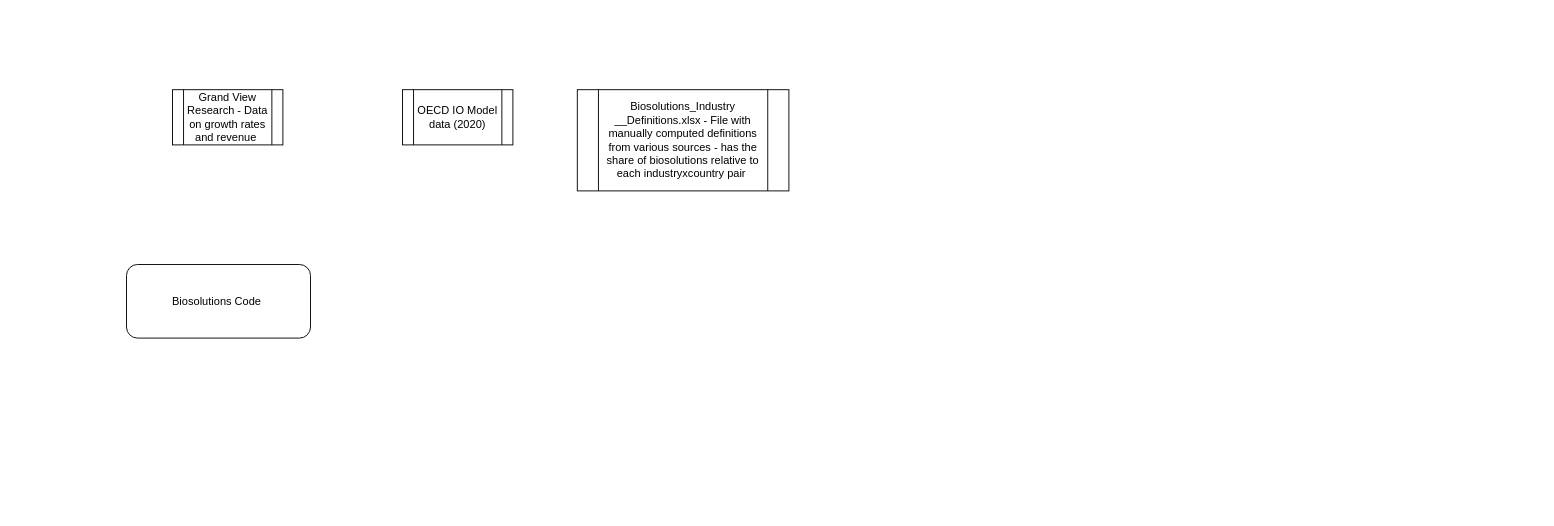
Before: Biosolutions Code Overview.drawio in anda-codreanu1/Test-R-code, a draw.io diagram. Source tidied: cells renumbered, new cells numbered last; positions are measured from the earlier drawing's top-left corner, leaving out a move shared by most shapes. Both pictures are drawn from the tidied source at 92%, with x=0, y=0 at pixel (126, 89). Pictures stored in the file or linked from it are replaced by grey dashed boxes.
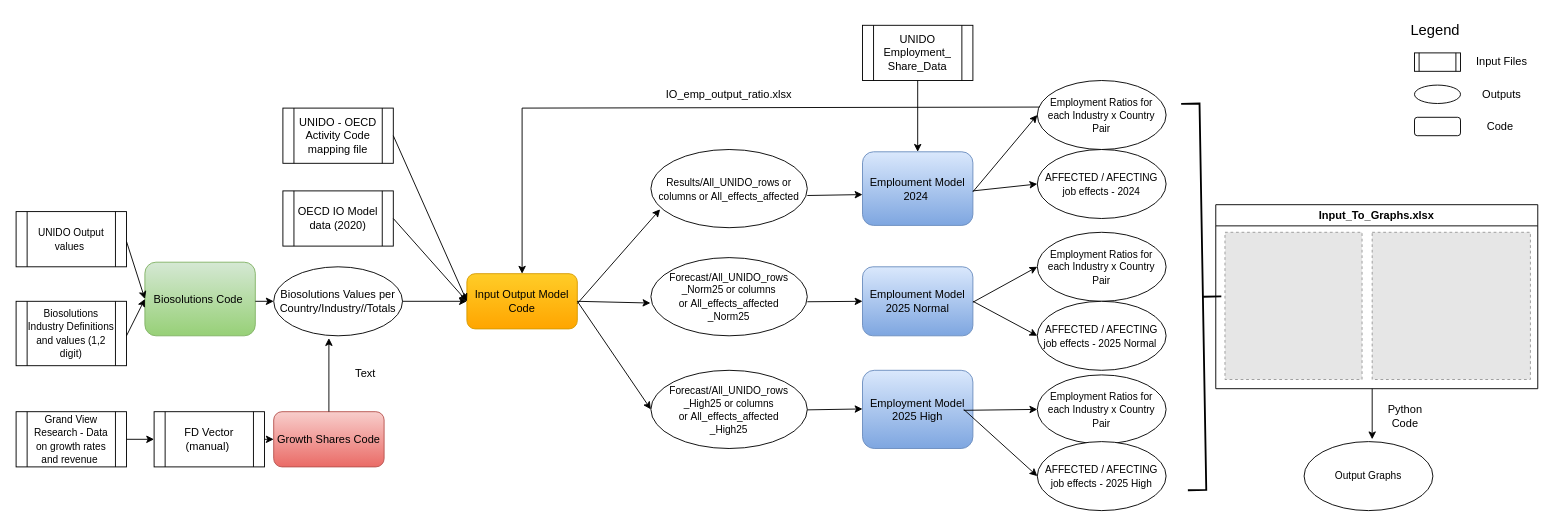
The same page after the edit.

Change to the diagram source:
```diff
@@
-    <mxCell id="2" value="Biosolutions Code&amp;nbsp;" style="rounded=1;whiteSpace=wrap;html=1;" parent="1" vertex="1">
-      <mxGeometry y="190" width="200" height="80" as="geometry" />
+    <mxCell id="2" value="Biosolutions Code&amp;nbsp;" style="rounded=1;whiteSpace=wrap;html=1;fillColor=#d5e8d4;strokeColor=#82b366;gradientColor=#97d077;" parent="1" vertex="1">
+      <mxGeometry x="20" y="187.5" width="120" height="80" as="geometry" />
     </mxCell>
-    <mxCell id="3" value="Grand View Research - Data on growth rates and revenue&amp;nbsp;" style="shape=process;whiteSpace=wrap;html=1;backgroundOutline=1;" parent="1" vertex="1">
-      <mxGeometry x="50" width="120" height="60" as="geometry" />
+    <mxCell id="3" value="&lt;font style=&quot;font-size: 11px;&quot;&gt;Grand View Research - Data on growth rates and revenue&amp;nbsp;&lt;/font&gt;" style="shape=process;whiteSpace=wrap;html=1;backgroundOutline=1;" parent="1" vertex="1">
+      <mxGeometry x="-120" y="350" width="120" height="60" as="geometry" />
     </mxCell>
     <mxCell id="4" value="OECD IO Model data (2020)" style="shape=process;whiteSpace=wrap;html=1;backgroundOutline=1;" parent="1" vertex="1">
-      <mxGeometry x="300" width="120" height="60" as="geometry" />
+      <mxGeometry x="170" y="110" width="120" height="60" as="geometry" />
     </mxCell>
-    <mxCell id="5" value="Biosolutions_Industry&lt;div&gt;__Definitions.xlsx - File with manually computed definitions from various sources - has the share of biosolutions relative to each industryxcountry pair&amp;nbsp;&lt;/div&gt;" style="shape=process;whiteSpace=wrap;html=1;backgroundOutline=1;" parent="1" vertex="1">
-      <mxGeometry x="490" width="230" height="110" as="geometry" />
+    <mxCell id="5" value="&lt;font style=&quot;font-size: 11px;&quot;&gt;Biosolutions Industry Definitions and values (1,2 digit)&lt;/font&gt;" style="shape=process;whiteSpace=wrap;html=1;backgroundOutline=1;" parent="1" vertex="1">
+      <mxGeometry x="-120" y="230" width="120" height="70" as="geometry" />
     </mxCell>
+    <mxCell id="6" value="Biosolutions Values per Country/Industry//Totals" style="ellipse;whiteSpace=wrap;html=1;" parent="1" vertex="1">
+      <mxGeometry x="160" y="192.5" width="140" height="75" as="geometry" />
+    </mxCell>
+    <mxCell id="7" style="endArrow=classic;html=1;rounded=0;" parent="1" edge="1">
+      <mxGeometry relative="1" as="geometry">
+        <mxPoint x="140" y="230" as="sourcePoint" />
+        <mxPoint x="160" y="230" as="targetPoint" />
+      </mxGeometry>
+    </mxCell>
+    <mxCell id="8" value="&lt;font style=&quot;font-size: 11px;&quot;&gt;UNIDO Output values&amp;nbsp;&lt;/font&gt;" style="shape=process;whiteSpace=wrap;html=1;backgroundOutline=1;" parent="1" vertex="1">
+      <mxGeometry x="-120" y="132.5" width="120" height="60" as="geometry" />
+    </mxCell>
+    <mxCell id="9" value="FD Vector (manual)&lt;span style=&quot;background-color: transparent; color: light-dark(rgb(0, 0, 0), rgb(255, 255, 255));&quot;&gt;&amp;nbsp;&lt;/span&gt;" style="shape=process;whiteSpace=wrap;html=1;backgroundOutline=1;" parent="1" vertex="1">
+      <mxGeometry x="30" y="350" width="120" height="60" as="geometry" />
+    </mxCell>
+    <mxCell id="10" style="endArrow=classic;html=1;rounded=0;entryX=0;entryY=0.5;entryDx=0;entryDy=0;exitX=1;exitY=0.5;exitDx=0;exitDy=0;" parent="1" edge="1" source="3" target="9">
+      <mxGeometry relative="1" as="geometry" />
+    </mxCell>
+    <mxCell id="11" value="Growth Shares Code" style="rounded=1;whiteSpace=wrap;html=1;fillColor=#f8cecc;strokeColor=#b85450;gradientColor=#ea6b66;" parent="1" vertex="1">
+      <mxGeometry x="160" y="350" width="120" height="60" as="geometry" />
+    </mxCell>
+    <mxCell id="12" style="endArrow=classic;html=1;rounded=0;entryX=0;entryY=0.5;entryDx=0;entryDy=0;" parent="1" edge="1" target="11">
+      <mxGeometry relative="1" as="geometry">
+        <mxPoint x="150" y="380" as="sourcePoint" />
+      </mxGeometry>
+    </mxCell>
+    <mxCell id="13" value="Input Output Model Code" style="rounded=1;whiteSpace=wrap;html=1;fillColor=#ffcd28;strokeColor=#d79b00;gradientColor=#ffa500;" parent="1" vertex="1">
+      <mxGeometry x="370" y="200" width="120" height="60" as="geometry" />
+    </mxCell>
+    <mxCell id="14" style="endArrow=classic;html=1;rounded=0;entryX=0;entryY=0.5;entryDx=0;entryDy=0;" parent="1" edge="1" target="13">
+      <mxGeometry relative="1" as="geometry">
+        <mxPoint x="300" y="230" as="sourcePoint" />
+      </mxGeometry>
+    </mxCell>
+    <mxCell id="15" style="endArrow=classic;html=1;rounded=0;" parent="1" edge="1">
+      <mxGeometry relative="1" as="geometry">
+        <mxPoint x="290" y="140" as="sourcePoint" />
+        <mxPoint x="370" y="230" as="targetPoint" />
+      </mxGeometry>
+    </mxCell>
+    <mxCell id="16" value="UNIDO - OECD Activity Code mapping file" style="shape=process;whiteSpace=wrap;html=1;backgroundOutline=1;" parent="1" vertex="1">
+      <mxGeometry x="170" y="20" width="120" height="60" as="geometry" />
+    </mxCell>
+    <mxCell id="17" style="endArrow=classic;html=1;rounded=0;entryX=0;entryY=0.5;entryDx=0;entryDy=0;" parent="1" edge="1" target="13">
+      <mxGeometry relative="1" as="geometry">
+        <mxPoint x="290" y="50" as="sourcePoint" />
+      </mxGeometry>
+    </mxCell>
+    <mxCell id="18" value="&lt;font style=&quot;font-size: 11px;&quot;&gt;Results/All_UNIDO_rows or columns or&amp;nbsp;All_effects_affected&lt;/font&gt;" style="ellipse;whiteSpace=wrap;html=1;" parent="1" vertex="1">
+      <mxGeometry x="570" y="65" width="170" height="85" as="geometry" />
+    </mxCell>
+    <mxCell id="19" value="&lt;font style=&quot;font-size: 11px;&quot;&gt;Forecast/All_UNIDO_rows&lt;/font&gt;&lt;div&gt;&lt;font style=&quot;font-size: 11px;&quot;&gt;_Norm25 or columns or&amp;nbsp;All_effects_affected&lt;/font&gt;&lt;/div&gt;&lt;div&gt;&lt;font style=&quot;font-size: 11px;&quot;&gt;_Norm25&lt;/font&gt;&lt;/div&gt;" style="ellipse;whiteSpace=wrap;html=1;" parent="1" vertex="1">
+      <mxGeometry x="570" y="182.5" width="170" height="85" as="geometry" />
+    </mxCell>
+    <mxCell id="20" value="&lt;font style=&quot;font-size: 11px;&quot;&gt;Forecast/All_UNIDO_rows&lt;/font&gt;&lt;div&gt;&lt;font style=&quot;font-size: 11px;&quot;&gt;_High25 or columns or&amp;nbsp;All_effects_affected&lt;/font&gt;&lt;/div&gt;&lt;div&gt;&lt;font style=&quot;font-size: 11px;&quot;&gt;_High&lt;span style=&quot;background-color: transparent; color: light-dark(rgb(0, 0, 0), rgb(255, 255, 255));&quot;&gt;25&lt;/span&gt;&lt;/font&gt;&lt;/div&gt;" style="ellipse;whiteSpace=wrap;html=1;" parent="1" vertex="1">
+      <mxGeometry x="570" y="305" width="170" height="85" as="geometry" />
+    </mxCell>
+    <mxCell id="21" style="endArrow=classic;html=1;rounded=0;entryX=0.059;entryY=0.765;entryDx=0;entryDy=0;entryPerimeter=0;" parent="1" edge="1" target="18">
+      <mxGeometry relative="1" as="geometry">
+        <mxPoint x="490" y="232.5" as="sourcePoint" />
+      </mxGeometry>
+    </mxCell>
+    <mxCell id="22" style="endArrow=classic;html=1;rounded=0;entryX=-0.003;entryY=0.581;entryDx=0;entryDy=0;entryPerimeter=0;" parent="1" edge="1" target="19">
+      <mxGeometry relative="1" as="geometry">
+        <mxPoint x="490" y="230" as="sourcePoint" />
+      </mxGeometry>
+    </mxCell>
+    <mxCell id="23" style="endArrow=classic;html=1;rounded=0;entryX=0;entryY=0.5;entryDx=0;entryDy=0;" parent="1" edge="1" target="20">
+      <mxGeometry relative="1" as="geometry">
+        <mxPoint x="490" y="230" as="sourcePoint" />
+      </mxGeometry>
+    </mxCell>
+    <mxCell id="24" value="&lt;font style=&quot;font-size: 16px; color: light-dark(rgb(0, 0, 0), rgb(255, 128, 0));&quot;&gt;Legend&amp;nbsp;&lt;/font&gt;" style="text;html=1;align=center;verticalAlign=middle;whiteSpace=wrap;rounded=0;" parent="1" vertex="1">
+      <mxGeometry x="1395" y="-80" width="60" height="30" as="geometry" />
+    </mxCell>
+    <mxCell id="25" style="shape=process;whiteSpace=wrap;html=1;backgroundOutline=1;" parent="1" vertex="1">
+      <mxGeometry x="1400" y="-40" width="50" height="20" as="geometry" />
+    </mxCell>
+    <mxCell id="26" value="Input Files" style="text;html=1;align=center;verticalAlign=middle;whiteSpace=wrap;rounded=0;" parent="1" vertex="1">
+      <mxGeometry x="1465" y="-45" width="60" height="30" as="geometry" />
+    </mxCell>
+    <mxCell id="27" style="ellipse;whiteSpace=wrap;html=1;" parent="1" vertex="1">
+      <mxGeometry x="1400" y="-5" width="50" height="20" as="geometry" />
+    </mxCell>
+    <mxCell id="28" value="Outputs" style="text;html=1;align=center;verticalAlign=middle;whiteSpace=wrap;rounded=0;" parent="1" vertex="1">
+      <mxGeometry x="1465" y="-10" width="60" height="30" as="geometry" />
+    </mxCell>
+    <mxCell id="29" style="rounded=1;whiteSpace=wrap;html=1;" parent="1" vertex="1">
+      <mxGeometry x="1400" y="30" width="50" height="20" as="geometry" />
+    </mxCell>
+    <mxCell id="30" value="Code&amp;nbsp;" style="text;html=1;align=center;verticalAlign=middle;whiteSpace=wrap;rounded=0;" parent="1" vertex="1">
+      <mxGeometry x="1465" y="25" width="60" height="30" as="geometry" />
+    </mxCell>
+    <mxCell id="31" value="Emploument Model 2024&amp;nbsp;" style="rounded=1;whiteSpace=wrap;html=1;fillColor=#dae8fc;gradientColor=#7ea6e0;strokeColor=#6c8ebf;" parent="1" vertex="1">
+      <mxGeometry x="800" y="67.5" width="120" height="80" as="geometry" />
+    </mxCell>
+    <mxCell id="32" value="Emploument Model 2025 Normal" style="rounded=1;whiteSpace=wrap;html=1;fillColor=#dae8fc;gradientColor=#7ea6e0;strokeColor=#6c8ebf;" parent="1" vertex="1">
+      <mxGeometry x="800" y="192.5" width="120" height="75" as="geometry" />
+    </mxCell>
+    <mxCell id="33" value="Employment Model 2025 High" style="rounded=1;whiteSpace=wrap;html=1;fillColor=#dae8fc;gradientColor=#7ea6e0;strokeColor=#6c8ebf;" parent="1" vertex="1">
+      <mxGeometry x="800" y="305" width="120" height="85" as="geometry" />
+    </mxCell>
+    <mxCell id="34" style="endArrow=classic;html=1;rounded=0;" parent="1" edge="1">
+      <mxGeometry relative="1" as="geometry">
+        <mxPoint x="740" y="115" as="sourcePoint" />
+        <mxPoint x="800" y="114" as="targetPoint" />
+      </mxGeometry>
+    </mxCell>
+    <mxCell id="35" style="endArrow=classic;html=1;rounded=0;" parent="1" edge="1">
+      <mxGeometry relative="1" as="geometry">
+        <mxPoint x="740" y="230.5" as="sourcePoint" />
+        <mxPoint x="800" y="230" as="targetPoint" />
+      </mxGeometry>
+    </mxCell>
+    <mxCell id="36" style="endArrow=classic;html=1;rounded=0;" parent="1" edge="1">
+      <mxGeometry relative="1" as="geometry">
+        <mxPoint x="740" y="348" as="sourcePoint" />
+        <mxPoint x="800" y="347" as="targetPoint" />
+      </mxGeometry>
+    </mxCell>
+    <mxCell id="37" value="&lt;font style=&quot;font-size: 11px;&quot;&gt;Employment Ratios for each Industry x Country Pair&lt;/font&gt;" style="ellipse;whiteSpace=wrap;html=1;" parent="1" vertex="1">
+      <mxGeometry x="990" y="-10" width="140" height="75" as="geometry" />
+    </mxCell>
+    <mxCell id="38" style="endArrow=classic;html=1;rounded=0;entryX=0;entryY=0.5;entryDx=0;entryDy=0;" parent="1" edge="1" target="37">
+      <mxGeometry relative="1" as="geometry">
+        <mxPoint x="920" y="111" as="sourcePoint" />
+      </mxGeometry>
+    </mxCell>
+    <mxCell id="39" value="&lt;font style=&quot;font-size: 11px;&quot;&gt;AFFECTED / AFECTING job effects - 2024&lt;/font&gt;" style="ellipse;whiteSpace=wrap;html=1;" parent="1" vertex="1">
+      <mxGeometry x="990" y="65" width="140" height="75" as="geometry" />
+    </mxCell>
+    <mxCell id="40" style="endArrow=classic;html=1;rounded=0;entryX=0;entryY=0.5;entryDx=0;entryDy=0;" parent="1" edge="1" target="39">
+      <mxGeometry relative="1" as="geometry">
+        <mxPoint x="920" y="110" as="sourcePoint" />
+      </mxGeometry>
+    </mxCell>
+    <mxCell id="41" value="&lt;font style=&quot;font-size: 11px;&quot;&gt;Employment Ratios for each Industry x Country Pair&lt;/font&gt;" style="ellipse;whiteSpace=wrap;html=1;" parent="1" vertex="1">
+      <mxGeometry x="990" y="155" width="140" height="75" as="geometry" />
+    </mxCell>
+    <mxCell id="42" style="endArrow=classic;html=1;rounded=0;entryX=0;entryY=0.5;entryDx=0;entryDy=0;" parent="1" edge="1" target="41">
+      <mxGeometry relative="1" as="geometry">
+        <mxPoint x="920" y="231" as="sourcePoint" />
+      </mxGeometry>
+    </mxCell>
+    <mxCell id="43" value="&lt;font style=&quot;font-size: 11px;&quot;&gt;AFFECTED / AFECTING job effects - 2025 Normal&amp;nbsp;&lt;/font&gt;" style="ellipse;whiteSpace=wrap;html=1;" parent="1" vertex="1">
+      <mxGeometry x="990" y="230" width="140" height="75" as="geometry" />
+    </mxCell>
+    <mxCell id="44" style="endArrow=classic;html=1;rounded=0;entryX=0;entryY=0.5;entryDx=0;entryDy=0;" parent="1" edge="1" target="43">
+      <mxGeometry relative="1" as="geometry">
+        <mxPoint x="920" y="230" as="sourcePoint" />
+      </mxGeometry>
+    </mxCell>
+    <mxCell id="45" value="&lt;font style=&quot;font-size: 11px;&quot;&gt;Employment Ratios for each Industry x Country Pair&lt;/font&gt;" style="ellipse;whiteSpace=wrap;html=1;" parent="1" vertex="1">
+      <mxGeometry x="990" y="310" width="140" height="75" as="geometry" />
+    </mxCell>
+    <mxCell id="46" style="endArrow=classic;html=1;rounded=0;entryX=0;entryY=0.5;entryDx=0;entryDy=0;" parent="1" edge="1" target="45">
+      <mxGeometry relative="1" as="geometry">
+        <mxPoint x="910" y="348.5" as="sourcePoint" />
+      </mxGeometry>
+    </mxCell>
+    <mxCell id="47" value="&lt;font style=&quot;font-size: 11px;&quot;&gt;AFFECTED / AFECTING job effects - 2025 High&lt;/font&gt;" style="ellipse;whiteSpace=wrap;html=1;" parent="1" vertex="1">
+      <mxGeometry x="990" y="382.5" width="140" height="75" as="geometry" />
+    </mxCell>
+    <mxCell id="48" style="endArrow=classic;html=1;rounded=0;entryX=0;entryY=0.5;entryDx=0;entryDy=0;" parent="1" edge="1" target="47">
+      <mxGeometry relative="1" as="geometry">
+        <mxPoint x="910" y="347.5" as="sourcePoint" />
+      </mxGeometry>
+    </mxCell>
+    <mxCell id="49" style="endArrow=none;html=1;rounded=0;entryX=0.017;entryY=0.385;entryDx=0;entryDy=0;entryPerimeter=0;" parent="1" edge="1" target="37">
+      <mxGeometry relative="1" as="geometry">
+        <mxPoint x="430" y="20" as="sourcePoint" />
+      </mxGeometry>
+    </mxCell>
+    <mxCell id="50" style="endArrow=classic;html=1;rounded=0;entryX=0.5;entryY=0;entryDx=0;entryDy=0;" parent="1" edge="1" target="13">
+      <mxGeometry relative="1" as="geometry">
+        <mxPoint x="430" y="20" as="sourcePoint" />
+      </mxGeometry>
+    </mxCell>
+    <mxCell id="51" value="UNIDO Employment_&lt;div&gt;Share_Data&lt;/div&gt;" style="shape=process;whiteSpace=wrap;html=1;backgroundOutline=1;" parent="1" vertex="1">
+      <mxGeometry x="800" y="-70" width="120" height="60" as="geometry" />
+    </mxCell>
+    <mxCell id="52" style="endArrow=classic;html=1;rounded=0;entryX=0.5;entryY=0;entryDx=0;entryDy=0;" parent="1" edge="1" target="31">
+      <mxGeometry relative="1" as="geometry">
+        <mxPoint x="860" y="-10" as="sourcePoint" />
+      </mxGeometry>
+    </mxCell>
+    <mxCell id="53" value="IO_emp_output_ratio.xlsx" style="text;html=1;align=center;verticalAlign=middle;whiteSpace=wrap;rounded=0;" parent="1" vertex="1">
+      <mxGeometry x="625" y="-10" width="60" height="30" as="geometry" />
+    </mxCell>
+    <mxCell id="54" style="strokeWidth=2;html=1;shape=mxgraph.flowchart.annotation_2;align=left;labelPosition=right;rotation=-181;" parent="1" vertex="1">
+      <mxGeometry x="1150" y="15" width="40" height="420.1" as="geometry" />
+    </mxCell>
+    <mxCell id="55" value="Input_To_Graphs.xlsx" style="swimlane;" parent="1" vertex="1">
+      <mxGeometry x="1184" y="125" width="350" height="200" as="geometry" />
+    </mxCell>
+    <mxCell id="56" style="fillColor=#E6E6E6;strokeColor=#999999;dashed=1;verticalLabelPosition=bottom;labelBackgroundColor=default;verticalAlign=top;" parent="55" vertex="1">
+      <mxGeometry x="10" y="30" width="149" height="160" as="geometry" />
+    </mxCell>
+    <mxCell id="57" style="fillColor=#E6E6E6;strokeColor=#999999;dashed=1;verticalLabelPosition=bottom;labelBackgroundColor=default;verticalAlign=top;" parent="55" vertex="1">
+      <mxGeometry x="170" y="30" width="172" height="160" as="geometry" />
+    </mxCell>
+    <mxCell id="58" style="endArrow=classic;html=1;rounded=0;" parent="55" edge="1">
+      <mxGeometry relative="1" as="geometry">
+        <mxPoint x="170" y="200" as="sourcePoint" />
+        <mxPoint x="170" y="255" as="targetPoint" />
+      </mxGeometry>
+    </mxCell>
+    <mxCell id="59" style="endArrow=classic;html=1;rounded=0;" parent="1" edge="1">
+      <mxGeometry relative="1" as="geometry">
+        <mxPoint x="220" y="350" as="sourcePoint" />
+        <mxPoint x="220" y="270" as="targetPoint" />
+      </mxGeometry>
+    </mxCell>
+    <mxCell id="60" value="Text" style="text;html=1;align=center;verticalAlign=middle;whiteSpace=wrap;rounded=0;" parent="1" vertex="1">
+      <mxGeometry x="230" y="294" width="60" height="30" as="geometry" />
+    </mxCell>
+    <mxCell id="61" value="&lt;font style=&quot;font-size: 11px;&quot;&gt;Output Graphs&lt;/font&gt;" style="ellipse;whiteSpace=wrap;html=1;" parent="1" vertex="1">
+      <mxGeometry x="1280" y="382.5" width="140" height="75" as="geometry" />
+    </mxCell>
+    <mxCell id="62" value="Python Code" style="text;html=1;align=center;verticalAlign=middle;whiteSpace=wrap;rounded=0;" parent="1" vertex="1">
+      <mxGeometry x="1360" y="340" width="60" height="30" as="geometry" />
+    </mxCell>
+    <mxCell id="63" style="endArrow=classic;html=1;rounded=0;entryX=0;entryY=0.5;entryDx=0;entryDy=0;" parent="1" edge="1" target="2">
+      <mxGeometry relative="1" as="geometry">
+        <mxPoint y="165" as="sourcePoint" />
+      </mxGeometry>
+    </mxCell>
+    <mxCell id="64" style="endArrow=classic;html=1;rounded=0;entryX=0;entryY=0.5;entryDx=0;entryDy=0;" parent="1" edge="1" target="2">
+      <mxGeometry relative="1" as="geometry">
+        <mxPoint y="267.5" as="sourcePoint" />
+      </mxGeometry>
+    </mxCell>
```
